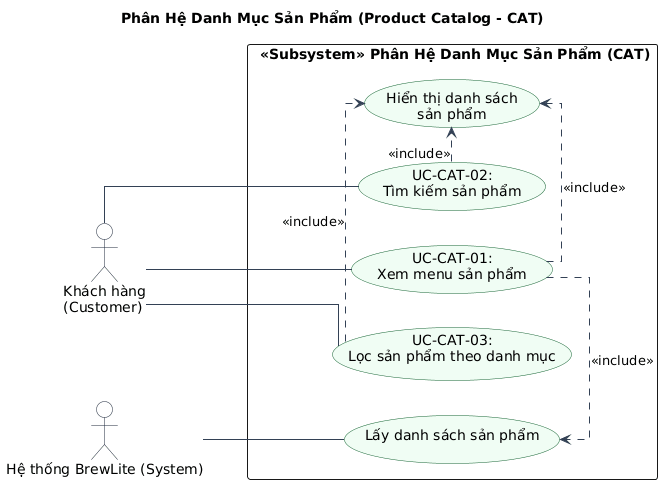
Before: docs/product-catalog/usecase-product-catalog.png, a diagram exported from PlantUML (ChienPM-27/BrewLite_02).
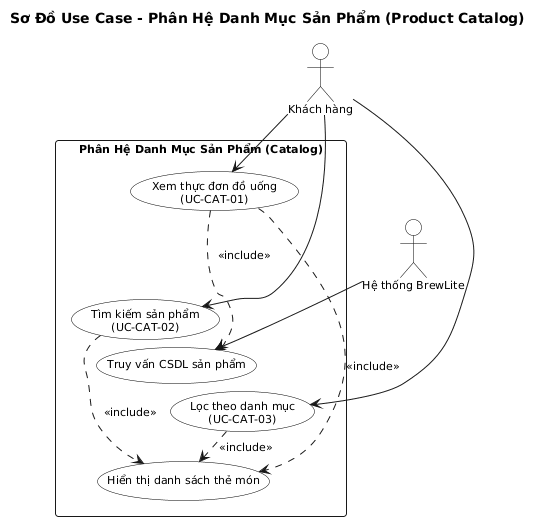
The same file after the commit.

The edit, as a diff of the source:
```diff
@@ -1,47 +1,45 @@
-@startuml
-title Phân Hệ Danh Mục Sản Phẩm (Product Catalog - CAT)
+@startuml usecase-product-catalog
+title Sơ Đồ Use Case - Phân Hệ Danh Mục Sản Phẩm (Product Catalog)
 
-left to right direction
-skinparam packageStyle rectangle
+skinparam defaultFontName Arial
 skinparam shadowing false
-skinparam defaultFontName Arial
-skinparam linetype ortho
+skinparam roundcorner 6
+skinparam defaultFontSize 11
+skinparam nodesep 14
+skinparam ranksep 16
 
 skinparam actor {
-    BackgroundColor #F8FAFC
-    BorderColor #1E293B
+    BackgroundColor white
+    BorderColor black
+}
+skinparam usecase {
+    BackgroundColor white
+    BorderColor black
 }
 
-skinparam usecase {
-    BackgroundColor #F0FDF4
-    BorderColor #166534
-    ArrowColor #334155
+actor "Khách hàng" as Customer
+actor "Hệ thống BrewLite" as System
+
+rectangle "Phân Hệ Danh Mục Sản Phẩm (Catalog)" {
+    usecase "Xem thực đơn đồ uống\n(UC-CAT-01)" as UC_ViewMenu
+    usecase "Tìm kiếm sản phẩm\n(UC-CAT-02)" as UC_Search
+    usecase "Lọc theo danh mục\n(UC-CAT-03)" as UC_Filter
+    usecase "Truy vấn CSDL sản phẩm" as UC_GetProducts
+    usecase "Hiển thị danh sách thẻ món" as UC_Display
 }
 
-actor "Khách hàng\n(Customer)" as Customer
-actor "Hệ thống BrewLite (System)" as System
-rectangle " «Subsystem» Phân Hệ Danh Mục Sản Phẩm (CAT)" {
+Customer --> UC_ViewMenu
+Customer --> UC_Search
+Customer --> UC_Filter
 
+System --> UC_GetProducts
 
-        usecase "Lấy danh sách sản phẩm\n" as UC_GetProducts
-        usecase "Hiển thị danh sách\nsản phẩm" as UC_Display
+UC_ViewMenu ..> UC_GetProducts : <<include>>
+UC_ViewMenu ..> UC_Display : <<include>>
+UC_Search ..> UC_Display : <<include>>
+UC_Filter ..> UC_Display : <<include>>
 
-        usecase "UC-CAT-01:\nXem menu sản phẩm" as UC_ViewMenu
-        usecase "UC-CAT-02:\nTìm kiếm sản phẩm" as UC_Search
-        usecase "UC-CAT-03:\nLọc sản phẩm theo danh mục" as UC_Filter
-
-    UC_ViewMenu .> UC_GetProducts : <<include>>
-    UC_ViewMenu .> UC_Display : <<include>>
-
-    UC_Search .> UC_Display : <<include>>
-    UC_Filter .> UC_Display : <<include>>
-
-}
-
-Customer -- UC_ViewMenu
-Customer -- UC_Search
-Customer -- UC_Filter
-
-System -- UC_GetProducts
-
+UC_ViewMenu -[hidden]down-> UC_Search
+UC_Search -[hidden]down-> UC_Filter
+UC_GetProducts -[hidden]down-> UC_Display
 @enduml
```
